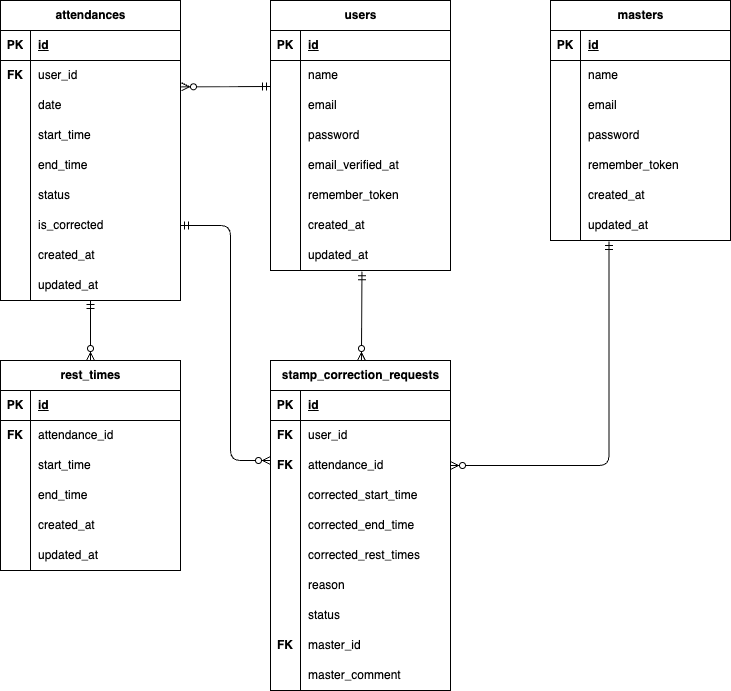
Earlier version of the draw.io export er.drawio.png (S185900/coachtech-attendance). Source tidied: cells renumbered, new cells last; positions are measured from the earlier drawing's top-left corner, leaving out a move shared by most shapes.
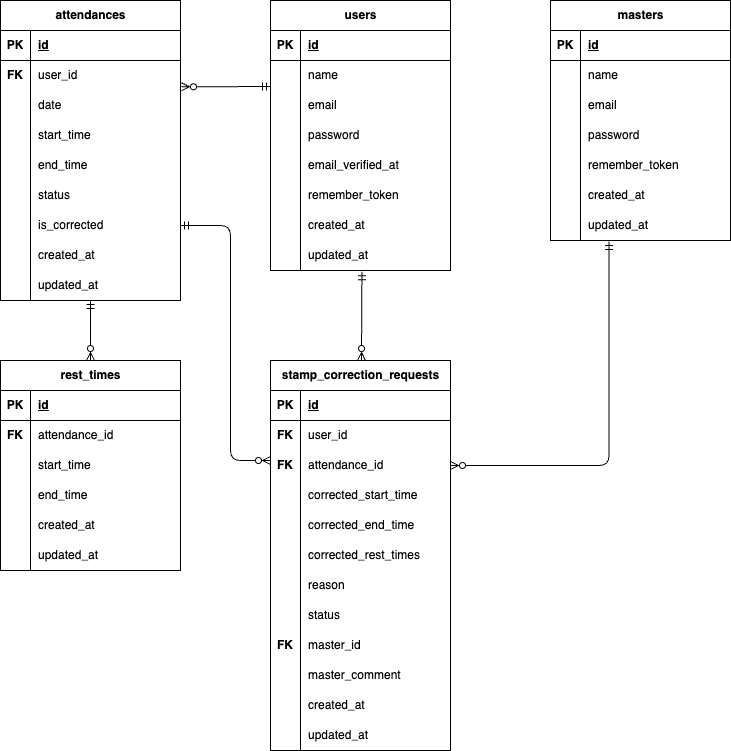
The same diagram one commit later.

Commit message:
モデルのuse宣言追加、ER図の編集

Diff of the diagram source:
```diff
@@ -291,7 +291,7 @@
       <mxGeometry y="420" width="30" height="30" as="geometry" />
     </mxCell>
     <mxCell id="98" value="stamp_correction_requests" style="shape=table;startSize=30;rowLines=0;fontStyle=1;align=center;html=1;" parent="1" vertex="1">
-      <mxGeometry x="270" y="360" width="180" height="330" as="geometry" />
+      <mxGeometry x="270" y="360" width="180" height="390" as="geometry" />
     </mxCell>
     <mxCell id="99" style="shape=tableRow;horizontal=0;startSize=0;swimlaneHead=0;swimlaneBody=0;fillColor=none;top=0;left=0;right=0;bottom=1;" parent="98" vertex="1">
       <mxGeometry y="30" width="180" height="30" as="geometry" />
@@ -383,6 +383,24 @@
     <mxCell id="128" value="master_comment" style="shape=partialRectangle;fillColor=none;top=0;left=0;bottom=0;right=0;align=left;spacingLeft=6;overflow=hidden;whiteSpace=wrap;html=1;" parent="126" vertex="1">
       <mxGeometry x="30" width="150" height="30" as="geometry" />
     </mxCell>
+    <mxCell id="137" style="shape=tableRow;horizontal=0;startSize=0;swimlaneHead=0;swimlaneBody=0;fillColor=none;top=0;left=0;right=0;bottom=0;" parent="98" vertex="1">
+      <mxGeometry y="330" width="180" height="30" as="geometry" />
+    </mxCell>
+    <mxCell id="138" style="shape=partialRectangle;fillColor=none;top=0;left=0;bottom=0;right=0;overflow=hidden;whiteSpace=wrap;html=1;" parent="137" vertex="1">
+      <mxGeometry width="30" height="30" as="geometry" />
+    </mxCell>
+    <mxCell id="139" value="&lt;span style=&quot;color: rgb(0, 0, 0);&quot;&gt;created_at&lt;/span&gt;" style="shape=partialRectangle;fillColor=none;top=0;left=0;bottom=0;right=0;align=left;spacingLeft=6;overflow=hidden;whiteSpace=wrap;html=1;" parent="137" vertex="1">
+      <mxGeometry x="30" width="150" height="30" as="geometry" />
+    </mxCell>
+    <mxCell id="140" style="shape=tableRow;horizontal=0;startSize=0;swimlaneHead=0;swimlaneBody=0;fillColor=none;top=0;left=0;right=0;bottom=0;" parent="98" vertex="1">
+      <mxGeometry y="360" width="180" height="30" as="geometry" />
+    </mxCell>
+    <mxCell id="141" style="shape=partialRectangle;fillColor=none;top=0;left=0;bottom=0;right=0;overflow=hidden;whiteSpace=wrap;html=1;" parent="140" vertex="1">
+      <mxGeometry width="30" height="30" as="geometry" />
+    </mxCell>
+    <mxCell id="142" value="&lt;span style=&quot;color: rgb(0, 0, 0);&quot;&gt;updated_at&lt;/span&gt;" style="shape=partialRectangle;fillColor=none;top=0;left=0;bottom=0;right=0;align=left;spacingLeft=6;overflow=hidden;whiteSpace=wrap;html=1;" parent="140" vertex="1">
+      <mxGeometry x="30" width="150" height="30" as="geometry" />
+    </mxCell>
     <mxCell id="129" value="FK" style="shape=partialRectangle;fillColor=none;top=0;left=0;bottom=0;right=0;fontStyle=1;overflow=hidden;whiteSpace=wrap;html=1;" parent="1" vertex="1">
       <mxGeometry x="270" y="450" width="30" height="30" as="geometry" />
     </mxCell>
```
